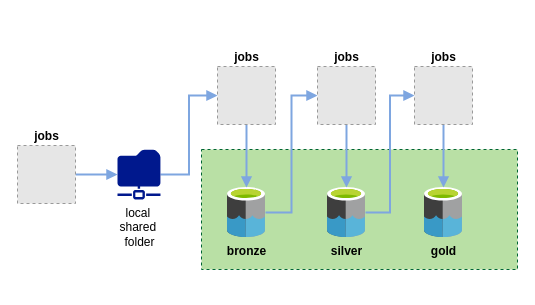
This is Untitled Diagram.drawio from aclaraujo/stone, a draw.io file, before an edit. Source tidied: cells renumbered, new cells numbered last; positions are measured from the earlier drawing's top-left corner, leaving out a move shared by most shapes. Both pictures are drawn from the tidied source at 100%, with x=0, y=0 at pixel (17, 66). Pictures stored in the file or linked from it are replaced by grey dashed boxes.
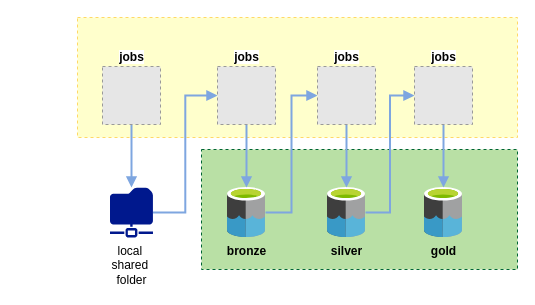
The same page after the edit.

What changed in the source:
```diff
@@
 <mxGraphModel>
   <root>
     <mxCell id="0" />
     <mxCell id="1" parent="0" />
+    <mxCell id="18" style="rounded=0;whiteSpace=wrap;html=1;fontFamily=Helvetica;fontSize=11;fontColor=default;labelBackgroundColor=default;fillColor=#FFFFCC;strokeColor=#FFD966;dashed=1;" parent="1" vertex="1">
+      <mxGeometry x="60" y="-49" width="440" height="120" as="geometry" />
+    </mxCell>
     <mxCell id="2" style="rounded=0;whiteSpace=wrap;html=1;fontFamily=Helvetica;fontSize=11;fontColor=default;labelBackgroundColor=default;fillColor=#B9E0A5;strokeColor=#006633;dashed=1;" parent="1" vertex="1">
       <mxGeometry x="184" y="83" width="316" height="120" as="geometry" />
     </mxCell>
     <mxCell id="3" style="edgeStyle=orthogonalEdgeStyle;rounded=0;jettySize=auto;html=1;entryX=0;entryY=0.5;entryDx=0;entryDy=0;strokeColor=#7EA6E0;strokeWidth=2;align=center;verticalAlign=middle;fontFamily=Helvetica;fontSize=11;fontColor=default;labelBackgroundColor=default;endArrow=block;endFill=1;fillColor=#dae8fc;" parent="1" edge="1" source="4" target="11">
       <mxGeometry relative="1" as="geometry" />
     </mxCell>
     <mxCell id="4" value="bronze" style="image;sketch=0;html=1;points=[];align=center;fontSize=12;image=img/lib/mscae/Data_Lake.svg;labelBackgroundColor=none;textShadow=0;fontStyle=1;" parent="1" vertex="1">
       <mxGeometry x="210" y="121" width="38" height="50" as="geometry" />
     </mxCell>
     <mxCell id="5" style="edgeStyle=orthogonalEdgeStyle;rounded=0;jettySize=auto;html=1;entryX=0;entryY=0.5;entryDx=0;entryDy=0;strokeColor=#7EA6E0;strokeWidth=2;align=center;verticalAlign=middle;fontFamily=Helvetica;fontSize=11;fontColor=default;labelBackgroundColor=default;endArrow=block;endFill=1;fillColor=#dae8fc;" parent="1" edge="1" source="6" target="13">
       <mxGeometry relative="1" as="geometry" />
     </mxCell>
     <mxCell id="6" value="silver" style="image;sketch=0;html=1;points=[];align=center;fontSize=12;image=img/lib/mscae/Data_Lake.svg;labelBackgroundColor=none;fontStyle=1;" parent="1" vertex="1">
       <mxGeometry x="310" y="121" width="38" height="50" as="geometry" />
     </mxCell>
     <mxCell id="7" value="gold" style="image;sketch=0;html=1;points=[];align=center;fontSize=12;image=img/lib/mscae/Data_Lake.svg;labelBackgroundColor=none;fontStyle=1;" parent="1" vertex="1">
       <mxGeometry x="407" y="121" width="38" height="50" as="geometry" />
     </mxCell>
     <mxCell id="8" style="edgeStyle=orthogonalEdgeStyle;rounded=0;jettySize=auto;html=1;strokeColor=#7EA6E0;strokeWidth=2;align=center;verticalAlign=middle;fontFamily=Helvetica;fontSize=11;fontColor=default;labelBackgroundColor=default;endArrow=block;endFill=1;fillColor=#dae8fc;" parent="1" edge="1" source="9" target="4">
       <mxGeometry relative="1" as="geometry" />
     </mxCell>
     <mxCell id="9" value="jobs" style="fillColor=#E6E6E6;strokeColor=#999999;dashed=1;html=1;verticalAlign=bottom;verticalLabelPosition=top;labelBackgroundColor=#ffffff;labelPosition=center;align=center;fontStyle=1;" parent="1" vertex="1">
       <mxGeometry x="200" width="58" height="58" as="geometry" />
     </mxCell>
     <mxCell id="10" style="edgeStyle=orthogonalEdgeStyle;rounded=0;jettySize=auto;html=1;strokeColor=#7EA6E0;strokeWidth=2;align=center;verticalAlign=middle;fontFamily=Helvetica;fontSize=11;fontColor=default;labelBackgroundColor=default;endArrow=block;endFill=1;fillColor=#dae8fc;" parent="1" edge="1" source="11" target="6">
       <mxGeometry relative="1" as="geometry" />
     </mxCell>
     <mxCell id="11" value="jobs" style="fillColor=#E6E6E6;strokeColor=#999999;dashed=1;html=1;verticalAlign=bottom;verticalLabelPosition=top;labelBackgroundColor=#ffffff;labelPosition=center;align=center;fontStyle=1;" parent="1" vertex="1">
       <mxGeometry x="300" width="58" height="58" as="geometry" />
     </mxCell>
     <mxCell id="12" style="edgeStyle=orthogonalEdgeStyle;rounded=0;jettySize=auto;html=1;strokeColor=#7EA6E0;strokeWidth=2;align=center;verticalAlign=middle;fontFamily=Helvetica;fontSize=11;fontColor=default;labelBackgroundColor=default;endArrow=block;endFill=1;fillColor=#dae8fc;" parent="1" edge="1" source="13" target="7">
       <mxGeometry relative="1" as="geometry" />
     </mxCell>
     <mxCell id="13" value="jobs" style="fillColor=#E6E6E6;strokeColor=#999999;dashed=1;html=1;verticalAlign=bottom;verticalLabelPosition=top;labelBackgroundColor=#ffffff;labelPosition=center;align=center;fontStyle=1;" parent="1" vertex="1">
       <mxGeometry x="397" width="58" height="58" as="geometry" />
     </mxCell>
     <mxCell id="14" style="edgeStyle=orthogonalEdgeStyle;rounded=0;jettySize=auto;html=1;endArrow=block;endFill=1;strokeWidth=2;fillColor=#dae8fc;strokeColor=#7EA6E0;" parent="1" edge="1" source="15" target="17">
       <mxGeometry relative="1" as="geometry" />
     </mxCell>
     <mxCell id="15" value="jobs" style="fillColor=#E6E6E6;strokeColor=#999999;dashed=1;html=1;verticalAlign=bottom;verticalLabelPosition=top;labelBackgroundColor=#ffffff;labelPosition=center;align=center;fontStyle=1;" parent="1" vertex="1">
-      <mxGeometry y="79" width="58" height="58" as="geometry" />
+      <mxGeometry x="85" width="58" height="58" as="geometry" />
     </mxCell>
     <mxCell id="16" style="edgeStyle=orthogonalEdgeStyle;rounded=0;jettySize=auto;html=1;entryX=0;entryY=0.5;entryDx=0;entryDy=0;strokeColor=#7EA6E0;strokeWidth=2;align=center;verticalAlign=middle;fontFamily=Helvetica;fontSize=11;fontColor=default;labelBackgroundColor=default;endArrow=block;endFill=1;fillColor=#dae8fc;" parent="1" edge="1" source="17" target="9">
       <mxGeometry relative="1" as="geometry" />
     </mxCell>
     <mxCell id="17" value="local&amp;nbsp;&lt;div&gt;shared&amp;nbsp;&lt;/div&gt;&lt;div&gt;folder&lt;/div&gt;" style="sketch=0;shadow=0;dashed=0;html=1;strokeColor=none;labelPosition=center;verticalLabelPosition=bottom;verticalAlign=top;align=center;fillColor=#00188D;shape=mxgraph.mscae.enterprise.shared_folder;" parent="1" vertex="1">
-      <mxGeometry x="100" y="83" width="43" height="50" as="geometry" />
+      <mxGeometry x="92.5" y="121" width="43" height="50" as="geometry" />
     </mxCell>
   </root>
 </mxGraphModel>
```
